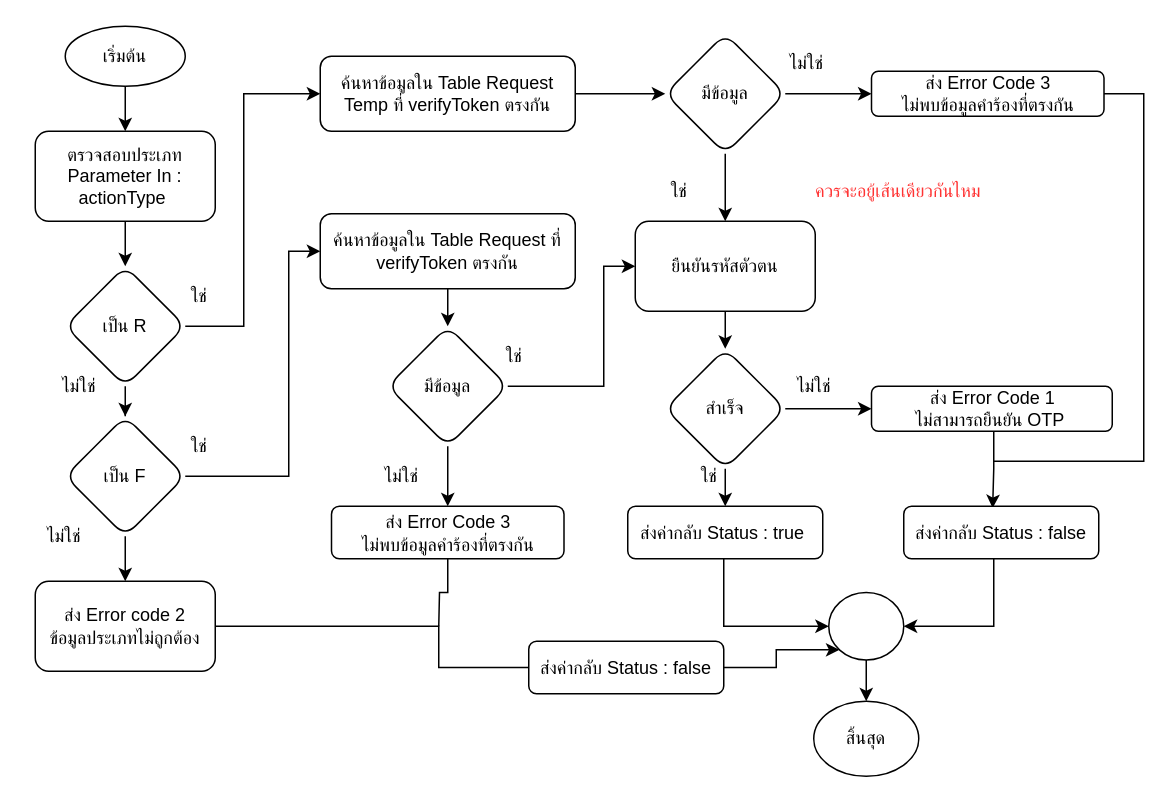
Earlier version of the draw.io diagram page "หน้า-1" (1 of 2) of VerifyOTPByTel.drawio (charifrodmanee/charifrodmanee). Source tidied: cells renumbered, new cells numbered last; positions are measured from the earlier drawing's top-left corner, leaving out a move shared by most shapes. Both pictures are drawn from the tidied source at 150%, with x=0, y=0 at pixel (26, 26).
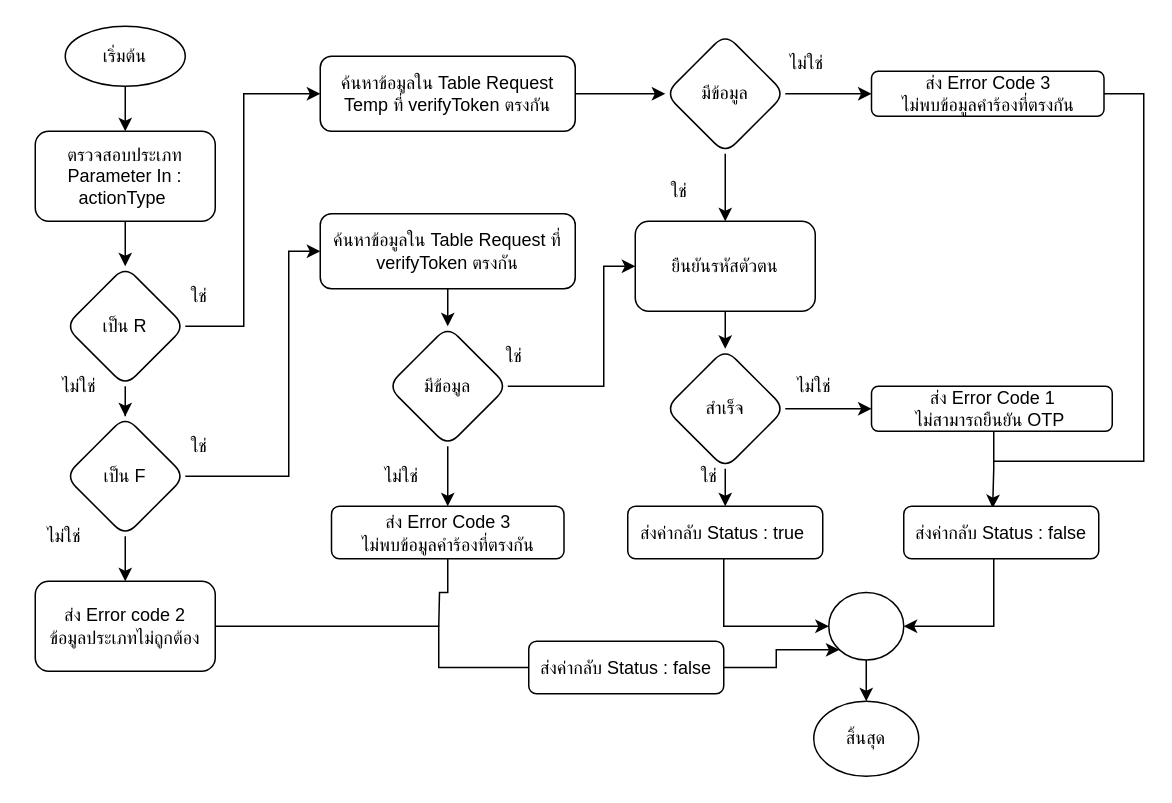
The same diagram, later.

Diff of the diagram source:
```diff
@@
-    <mxCell id="54" value="&lt;font color=&quot;#ff3333&quot;&gt;ควรจะอยู้เส้นเดียวกันไหม&lt;/font&gt;" style="text;html=1;align=center;verticalAlign=middle;strokeColor=none;fillColor=none;" parent="1" vertex="1">
-      <mxGeometry x="506" y="95" width="150" height="30" as="geometry" />
-    </mxCell>
```
